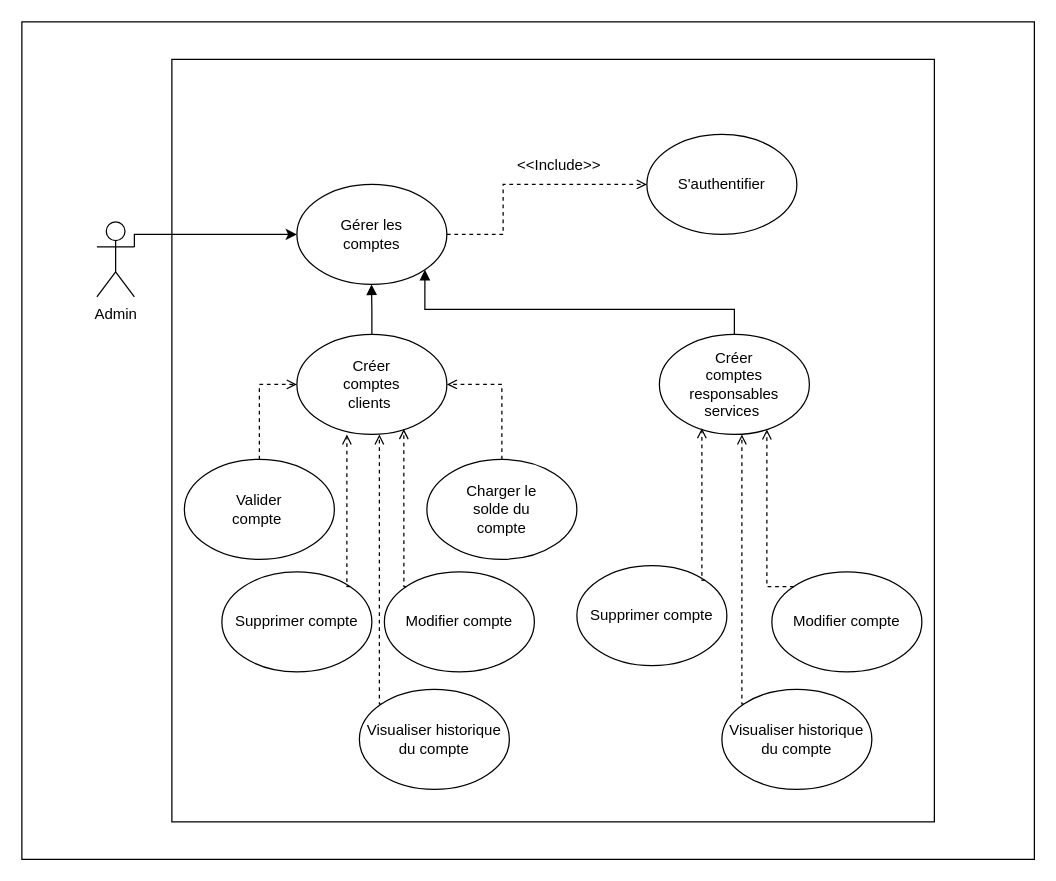
labidimahdi/diagrams keeps this draw.io diagram as admin raffiné.drawio. Above is the earlier version. Source tidied: cells renumbered, new cells numbered last; positions are measured from the earlier drawing's top-left corner, leaving out a move shared by most shapes. Both pictures are drawn from the tidied source at 125%, with x=0, y=0 at pixel (21, 21).
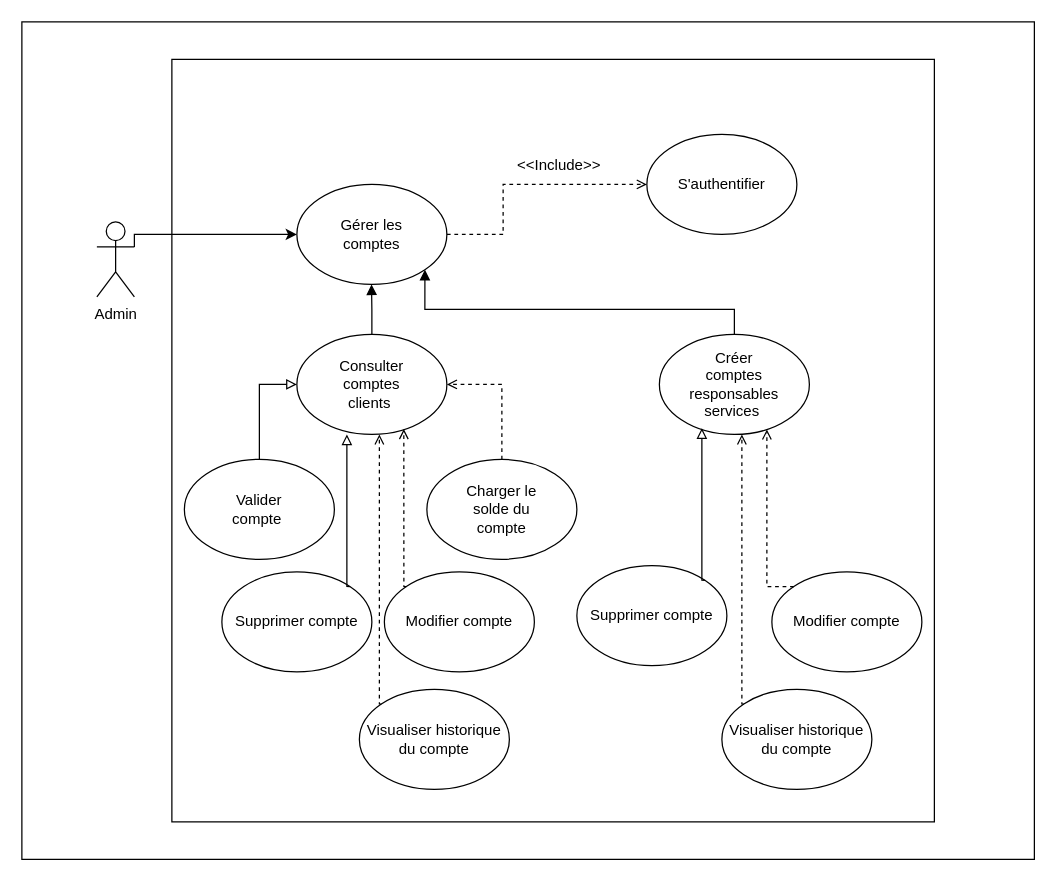
After the change.

Commit message (it also covers changes not shown here):
Mettre à jour admin raffiné.drawio

Unchanged cells that the change refers to:
```xml
<mxCell id="16" style="group;" parent="1" vertex="1">
  <mxGeometry x="220" y="250" width="120" height="80" as="geometry" />
</mxCell>
<mxCell id="18" style="ellipse;whiteSpace=wrap;html=1;" parent="16" vertex="1">
  <mxGeometry width="120" height="80" as="geometry" />
</mxCell>
<mxCell id="21" style="ellipse;whiteSpace=wrap;html=1;" parent="20" vertex="1">
  <mxGeometry width="120" height="80" as="geometry" />
</mxCell>
<mxCell id="27" value="Supprimer compte" style="ellipse;whiteSpace=wrap;html=1;fontColor=none;" parent="26" vertex="1">
  <mxGeometry width="120" height="80" as="geometry" />
</mxCell>
<mxCell id="37" value="Supprimer compte" style="ellipse;whiteSpace=wrap;html=1;fontColor=none;" parent="36" vertex="1">
  <mxGeometry width="120" height="80" as="geometry" />
</mxCell>
```

The edit, as a diff of the source:
```diff
@@
-    <mxCell id="19" value="Créer comptes clients&amp;nbsp;" style="text;html=1;strokeColor=none;fillColor=none;align=center;verticalAlign=middle;whiteSpace=wrap;rounded=0;" parent="16" vertex="1">
+    <mxCell id="19" value="Consulter comptes clients&amp;nbsp;" style="text;html=1;strokeColor=none;fillColor=none;align=center;verticalAlign=middle;whiteSpace=wrap;rounded=0;" parent="16" vertex="1">
       <mxGeometry x="30" y="25" width="60" height="30" as="geometry" />
     </mxCell>
@@
-    <mxCell id="31" style="edgeStyle=orthogonalEdgeStyle;rounded=0;jettySize=auto;html=1;exitX=0.5;exitY=0;exitDx=0;exitDy=0;fontColor=none;endArrow=open;endFill=0;entryX=0;entryY=0.5;entryDx=0;entryDy=0;dashed=1;" parent="1" edge="1" source="21" target="18">
+    <mxCell id="31" style="edgeStyle=orthogonalEdgeStyle;rounded=0;jettySize=auto;html=1;exitX=0.5;exitY=0;exitDx=0;exitDy=0;fontColor=none;endArrow=block;endFill=0;entryX=0;entryY=0.5;entryDx=0;entryDy=0;" parent="1" edge="1" source="21" target="18">
       <mxGeometry relative="1" as="geometry" />
     </mxCell>
-    <mxCell id="32" style="edgeStyle=orthogonalEdgeStyle;rounded=0;jettySize=auto;html=1;exitX=1;exitY=0;exitDx=0;exitDy=0;dashed=1;fontColor=none;endArrow=open;endFill=0;" parent="1" edge="1" source="27">
+    <mxCell id="32" style="edgeStyle=orthogonalEdgeStyle;rounded=0;jettySize=auto;html=1;exitX=1;exitY=0;exitDx=0;exitDy=0;fontColor=none;endArrow=block;endFill=0;" parent="1" edge="1" source="27">
       <mxGeometry relative="1" as="geometry">
         <mxPoint x="260" y="330" as="targetPoint" />
         <Array as="points">
           <mxPoint x="260" y="452" />
         </Array>
       </mxGeometry>
     </mxCell>
@@
-    <mxCell id="38" style="edgeStyle=orthogonalEdgeStyle;rounded=0;jettySize=auto;html=1;exitX=1;exitY=0;exitDx=0;exitDy=0;dashed=1;fontColor=none;endArrow=open;endFill=0;" parent="1" edge="1" source="37">
+    <mxCell id="38" style="edgeStyle=orthogonalEdgeStyle;rounded=0;jettySize=auto;html=1;exitX=1;exitY=0;exitDx=0;exitDy=0;fontColor=none;endArrow=block;endFill=0;" parent="1" edge="1" source="37">
       <mxGeometry relative="1" as="geometry">
         <mxPoint x="544" y="325" as="targetPoint" />
         <Array as="points">
           <mxPoint x="544" y="447" />
         </Array>
       </mxGeometry>
     </mxCell>
```
